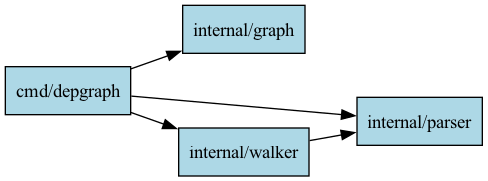
The Graphviz diagram graph.png in artificial-lua/depgraph-go, before a commit. Its source is kept beside it as graph.dot. Its diagram source:
```dot
digraph G {
    rankdir=LR;
    node [shape=box, style=filled, fillcolor=lightblue];
    "cmd/depgraph" -> "internal/graph";
    "cmd/depgraph" -> "internal/parser";
    "cmd/depgraph" -> "internal/walker";
    "internal/walker" -> "internal/parser";
}
```
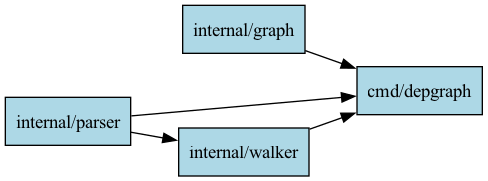
After the change.

What changed in the source:
```diff
@@ -1,8 +1,8 @@
 digraph G {
     rankdir=LR;
     node [shape=box, style=filled, fillcolor=lightblue];
-    "cmd/depgraph" -> "internal/graph";
-    "cmd/depgraph" -> "internal/parser";
-    "cmd/depgraph" -> "internal/walker";
-    "internal/walker" -> "internal/parser";
+    "internal/graph" -> "cmd/depgraph";
+    "internal/parser" -> "cmd/depgraph";
+    "internal/walker" -> "cmd/depgraph";
+    "internal/parser" -> "internal/walker";
 }
```
